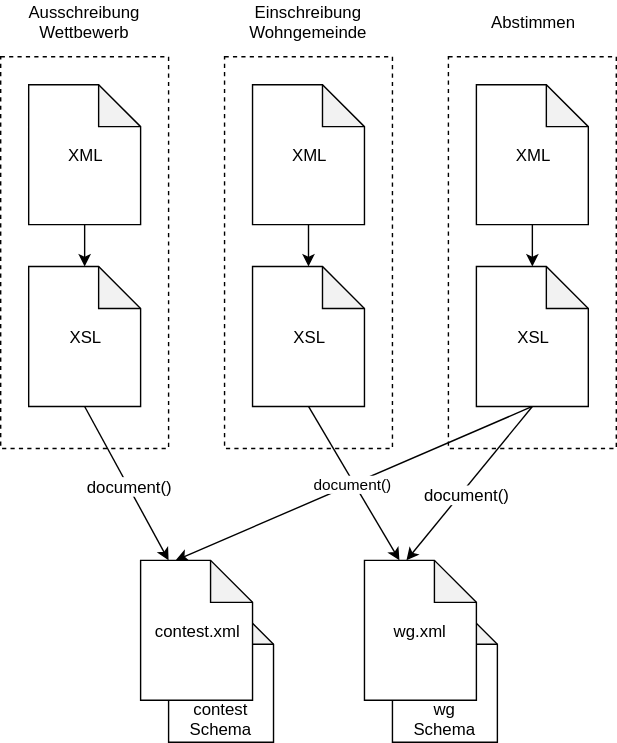
Before: xml/pitch/xml_architecture.svg, a diagram exported from draw.io (christopherchristensen/summaries). Source tidied: cells renumbered, new cells last; positions are measured from the earlier drawing's top-left corner, leaving out a move shared by most shapes.
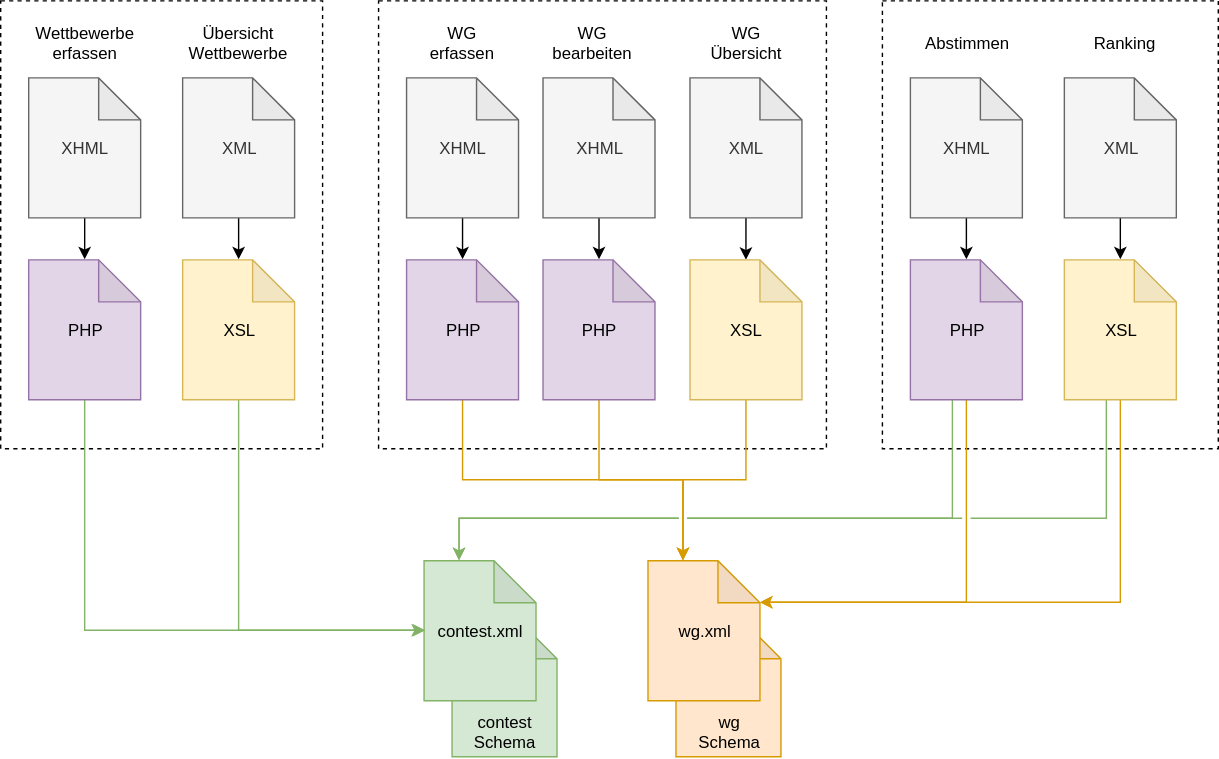
After the commit.

Commit message:
Update xml architecture

Change to the diagram source:
```diff
@@ -2,84 +2,158 @@
   <root>
     <mxCell id="0" />
     <mxCell id="1" parent="0" />
-    <mxCell id="2" value="wg &lt;br&gt;Schema" style="shape=note;whiteSpace=wrap;html=1;backgroundOutline=1;darkOpacity=0.05;verticalAlign=bottom;" parent="1" vertex="1">
-      <mxGeometry x="280" y="430" width="75" height="100" as="geometry" />
+    <mxCell id="2" value="wg &lt;br&gt;Schema" style="shape=note;whiteSpace=wrap;html=1;backgroundOutline=1;darkOpacity=0.05;verticalAlign=bottom;fillColor=#ffe6cc;strokeColor=#d79b00;" parent="1" vertex="1">
+      <mxGeometry x="372.5" y="440" width="75" height="100" as="geometry" />
     </mxCell>
-    <mxCell id="3" value="contest Schema" style="shape=note;whiteSpace=wrap;html=1;backgroundOutline=1;darkOpacity=0.05;verticalAlign=bottom;" parent="1" vertex="1">
-      <mxGeometry x="120" y="430" width="75" height="100" as="geometry" />
+    <mxCell id="3" value="contest Schema" style="shape=note;whiteSpace=wrap;html=1;backgroundOutline=1;darkOpacity=0.05;verticalAlign=bottom;fillColor=#d5e8d4;strokeColor=#82b366;" parent="1" vertex="1">
+      <mxGeometry x="212.5" y="440" width="75" height="100" as="geometry" />
     </mxCell>
     <mxCell id="4" style="rounded=0;whiteSpace=wrap;html=1;dashed=1;" parent="1" vertex="1">
-      <mxGeometry y="40" width="120" height="280" as="geometry" />
+      <mxGeometry x="-110" width="230" height="320" as="geometry" />
     </mxCell>
     <mxCell id="5" style="edgeStyle=none;rounded=0;html=1;exitX=0.5;exitY=1;exitDx=0;exitDy=0;exitPerimeter=0;entryX=0.5;entryY=0;entryDx=0;entryDy=0;entryPerimeter=0;jettySize=auto;strokeColor=#000000;" parent="1" edge="1" source="6" target="9">
       <mxGeometry relative="1" as="geometry" />
     </mxCell>
-    <mxCell id="6" value="XML" style="shape=note;whiteSpace=wrap;html=1;backgroundOutline=1;darkOpacity=0.05;" parent="1" vertex="1">
-      <mxGeometry x="20" y="60" width="80" height="100" as="geometry" />
+    <mxCell id="6" value="XML" style="shape=note;whiteSpace=wrap;html=1;backgroundOutline=1;darkOpacity=0.05;fillColor=#f5f5f5;strokeColor=#666666;fontColor=#333333;" parent="1" vertex="1">
+      <mxGeometry x="20" y="55" width="80" height="100" as="geometry" />
     </mxCell>
-    <mxCell id="7" style="edgeStyle=none;rounded=0;html=1;exitX=0.5;exitY=1;exitDx=0;exitDy=0;exitPerimeter=0;jettySize=auto;strokeColor=#000000;" parent="1" edge="1" source="9">
+    <mxCell id="7" style="edgeStyle=orthogonalEdgeStyle;rounded=0;html=1;exitX=0.5;exitY=1;exitDx=0;exitDy=0;exitPerimeter=0;jettySize=auto;strokeColor=#82b366;entryX=0;entryY=0.5;entryDx=0;entryDy=0;entryPerimeter=0;fillColor=#d5e8d4;" parent="1" edge="1" source="9" target="25">
       <mxGeometry relative="1" as="geometry">
-        <mxPoint x="120" y="400" as="targetPoint" />
+        <Array as="points">
+          <mxPoint x="60" y="450" />
+        </Array>
       </mxGeometry>
     </mxCell>
-    <mxCell id="8" value="document()" style="text;html=1;align=center;verticalAlign=middle;labelBackgroundColor=#ffffff;" parent="7" vertex="1">
-      <mxGeometry x="0.04" y="1" relative="1" as="geometry" />
-    </mxCell>
-    <mxCell id="9" value="XSL" style="shape=note;whiteSpace=wrap;html=1;backgroundOutline=1;darkOpacity=0.05;" parent="1" vertex="1">
-      <mxGeometry x="20" y="190" width="80" height="100" as="geometry" />
+    <mxCell id="9" value="XSL" style="shape=note;whiteSpace=wrap;html=1;backgroundOutline=1;darkOpacity=0.05;fillColor=#fff2cc;strokeColor=#d6b656;" parent="1" vertex="1">
+      <mxGeometry x="20" y="185" width="80" height="100" as="geometry" />
     </mxCell>
     <mxCell id="10" style="rounded=0;whiteSpace=wrap;html=1;dashed=1;" parent="1" vertex="1">
-      <mxGeometry x="160" y="40" width="120" height="280" as="geometry" />
+      <mxGeometry x="160" width="320" height="320" as="geometry" />
     </mxCell>
     <mxCell id="11" style="edgeStyle=none;rounded=0;html=1;exitX=0.5;exitY=1;exitDx=0;exitDy=0;exitPerimeter=0;entryX=0.5;entryY=0;entryDx=0;entryDy=0;entryPerimeter=0;jettySize=auto;strokeColor=#000000;" parent="1" edge="1" source="12" target="14">
       <mxGeometry relative="1" as="geometry" />
     </mxCell>
-    <mxCell id="12" value="XML" style="shape=note;whiteSpace=wrap;html=1;backgroundOutline=1;darkOpacity=0.05;" parent="1" vertex="1">
-      <mxGeometry x="180" y="60" width="80" height="100" as="geometry" />
+    <mxCell id="12" value="XHML" style="shape=note;whiteSpace=wrap;html=1;backgroundOutline=1;darkOpacity=0.05;fillColor=#f5f5f5;strokeColor=#666666;fontColor=#333333;" parent="1" vertex="1">
+      <mxGeometry x="180" y="55" width="80" height="100" as="geometry" />
     </mxCell>
-    <mxCell id="13" style="edgeStyle=none;rounded=0;html=1;exitX=0.5;exitY=1;exitDx=0;exitDy=0;exitPerimeter=0;entryX=0;entryY=0;entryDx=25;entryDy=0;entryPerimeter=0;jettySize=auto;strokeColor=#000000;" parent="1" edge="1" source="14" target="26">
+    <mxCell id="13" style="edgeStyle=orthogonalEdgeStyle;rounded=0;html=1;exitX=0.5;exitY=1;exitDx=0;exitDy=0;exitPerimeter=0;entryX=0;entryY=0;entryDx=25;entryDy=0;entryPerimeter=0;jettySize=auto;strokeColor=#d79b00;fillColor=#ffe6cc;" parent="1" edge="1" source="14" target="26">
       <mxGeometry relative="1" as="geometry" />
     </mxCell>
-    <mxCell id="14" value="XSL" style="shape=note;whiteSpace=wrap;html=1;backgroundOutline=1;darkOpacity=0.05;" parent="1" vertex="1">
-      <mxGeometry x="180" y="190" width="80" height="100" as="geometry" />
+    <mxCell id="14" value="PHP" style="shape=note;whiteSpace=wrap;html=1;backgroundOutline=1;darkOpacity=0.05;fillColor=#e1d5e7;strokeColor=#9673a6;" parent="1" vertex="1">
+      <mxGeometry x="180" y="185" width="80" height="100" as="geometry" />
     </mxCell>
     <mxCell id="15" style="rounded=0;whiteSpace=wrap;html=1;dashed=1;" parent="1" vertex="1">
-      <mxGeometry x="320" y="40" width="120" height="280" as="geometry" />
+      <mxGeometry x="520" width="240" height="320" as="geometry" />
     </mxCell>
     <mxCell id="16" style="edgeStyle=none;rounded=0;html=1;exitX=0.5;exitY=1;exitDx=0;exitDy=0;exitPerimeter=0;entryX=0.5;entryY=0;entryDx=0;entryDy=0;entryPerimeter=0;jettySize=auto;strokeColor=#000000;" parent="1" edge="1" source="17" target="21">
       <mxGeometry relative="1" as="geometry" />
     </mxCell>
-    <mxCell id="17" value="XML" style="shape=note;whiteSpace=wrap;html=1;backgroundOutline=1;darkOpacity=0.05;" parent="1" vertex="1">
-      <mxGeometry x="340" y="60" width="80" height="100" as="geometry" />
+    <mxCell id="17" value="XHML" style="shape=note;whiteSpace=wrap;html=1;backgroundOutline=1;darkOpacity=0.05;fillColor=#f5f5f5;strokeColor=#666666;fontColor=#333333;" parent="1" vertex="1">
+      <mxGeometry x="540" y="55" width="80" height="100" as="geometry" />
     </mxCell>
-    <mxCell id="18" style="edgeStyle=none;rounded=0;html=1;exitX=0.5;exitY=1;exitDx=0;exitDy=0;exitPerimeter=0;jettySize=auto;strokeColor=#000000;" parent="1" edge="1" source="21">
-      <mxGeometry relative="1" as="geometry">
-        <mxPoint x="290" y="400" as="targetPoint" />
-      </mxGeometry>
+    <mxCell id="18" style="edgeStyle=orthogonalEdgeStyle;rounded=0;html=1;exitX=0.5;exitY=1;exitDx=0;exitDy=0;exitPerimeter=0;jettySize=auto;strokeColor=#d79b00;entryX=0;entryY=0;entryDx=80;entryDy=30;entryPerimeter=0;fillColor=#ffe6cc;" parent="1" edge="1" source="21" target="26">
+      <mxGeometry relative="1" as="geometry" />
     </mxCell>
-    <mxCell id="19" value="document()" style="text;html=1;align=center;verticalAlign=middle;labelBackgroundColor=#ffffff;" parent="18" vertex="1">
-      <mxGeometry x="0.09" y="3" relative="1" as="geometry" />
-    </mxCell>
-    <mxCell id="20" value="document()" style="edgeStyle=none;rounded=0;html=1;exitX=0.5;exitY=1;exitDx=0;exitDy=0;exitPerimeter=0;entryX=0;entryY=0;entryDx=25;entryDy=0;entryPerimeter=0;jettySize=auto;strokeColor=#000000;" parent="1" edge="1" source="21" target="25">
-      <mxGeometry relative="1" as="geometry" />
+    <mxCell id="20" style="edgeStyle=orthogonalEdgeStyle;rounded=0;html=1;exitX=0.5;exitY=1;exitDx=0;exitDy=0;exitPerimeter=0;entryX=0;entryY=0;entryDx=25;entryDy=0;entryPerimeter=0;jettySize=auto;strokeColor=#82b366;jumpStyle=gap;fillColor=#d5e8d4;" parent="1" edge="1" source="21" target="25">
+      <mxGeometry relative="1" as="geometry">
+        <Array as="points">
+          <mxPoint x="570" y="285" />
+          <mxPoint x="570" y="370" />
+          <mxPoint x="218" y="370" />
+        </Array>
+      </mxGeometry>
     </mxCell>
-    <mxCell id="21" value="XSL" style="shape=note;whiteSpace=wrap;html=1;backgroundOutline=1;darkOpacity=0.05;" parent="1" vertex="1">
-      <mxGeometry x="340" y="190" width="80" height="100" as="geometry" />
+    <mxCell id="21" value="PHP" style="shape=note;whiteSpace=wrap;html=1;backgroundOutline=1;darkOpacity=0.05;fillColor=#e1d5e7;strokeColor=#9673a6;" parent="1" vertex="1">
+      <mxGeometry x="540" y="185" width="80" height="100" as="geometry" />
     </mxCell>
-    <mxCell id="22" value="Ausschreibung Wettbewerb" style="text;html=1;strokeColor=none;fillColor=none;align=center;verticalAlign=middle;whiteSpace=wrap;rounded=0;" parent="1" vertex="1">
-      <mxGeometry width="120" height="30" as="geometry" />
+    <mxCell id="22" value="Übersicht Wettbewerbe" style="text;html=1;strokeColor=none;fillColor=none;align=center;verticalAlign=middle;whiteSpace=wrap;rounded=0;" parent="1" vertex="1">
+      <mxGeometry x="20" y="15" width="80" height="30" as="geometry" />
     </mxCell>
-    <mxCell id="23" value="Einschreibung Wohngemeinde" style="text;html=1;strokeColor=none;fillColor=none;align=center;verticalAlign=middle;whiteSpace=wrap;rounded=0;" parent="1" vertex="1">
-      <mxGeometry x="160" width="120" height="30" as="geometry" />
+    <mxCell id="23" value="WG erfassen" style="text;html=1;strokeColor=none;fillColor=none;align=center;verticalAlign=middle;whiteSpace=wrap;rounded=0;" parent="1" vertex="1">
+      <mxGeometry x="185" y="15" width="70" height="30" as="geometry" />
     </mxCell>
     <mxCell id="24" value="Abstimmen&lt;br&gt;" style="text;html=1;strokeColor=none;fillColor=none;align=center;verticalAlign=middle;whiteSpace=wrap;rounded=0;" parent="1" vertex="1">
-      <mxGeometry x="320" width="120" height="30" as="geometry" />
+      <mxGeometry x="542.5" y="15" width="75" height="30" as="geometry" />
     </mxCell>
-    <mxCell id="25" value="contest.xml" style="shape=note;whiteSpace=wrap;html=1;backgroundOutline=1;darkOpacity=0.05;" parent="1" vertex="1">
-      <mxGeometry x="100" y="400" width="80" height="100" as="geometry" />
+    <mxCell id="25" value="contest.xml" style="shape=note;whiteSpace=wrap;html=1;backgroundOutline=1;darkOpacity=0.05;fillColor=#d5e8d4;strokeColor=#82b366;" parent="1" vertex="1">
+      <mxGeometry x="192.5" y="400" width="80" height="100" as="geometry" />
     </mxCell>
-    <mxCell id="26" value="wg.xml" style="shape=note;whiteSpace=wrap;html=1;backgroundOutline=1;darkOpacity=0.05;" parent="1" vertex="1">
-      <mxGeometry x="260" y="400" width="80" height="100" as="geometry" />
+    <mxCell id="26" value="wg.xml" style="shape=note;whiteSpace=wrap;html=1;backgroundOutline=1;darkOpacity=0.05;fillColor=#ffe6cc;strokeColor=#d79b00;" parent="1" vertex="1">
+      <mxGeometry x="352.5" y="400" width="80" height="100" as="geometry" />
     </mxCell>
+    <mxCell id="27" style="edgeStyle=orthogonalEdgeStyle;rounded=0;html=1;exitX=0.5;exitY=1;exitDx=0;exitDy=0;exitPerimeter=0;entryX=0.5;entryY=0;entryDx=0;entryDy=0;entryPerimeter=0;jettySize=auto;" parent="1" edge="1" source="28" target="30">
+      <mxGeometry relative="1" as="geometry" />
+    </mxCell>
+    <mxCell id="28" value="XHML" style="shape=note;whiteSpace=wrap;html=1;backgroundOutline=1;darkOpacity=0.05;fillColor=#f5f5f5;strokeColor=#666666;fontColor=#333333;" parent="1" vertex="1">
+      <mxGeometry x="-90" y="55" width="80" height="100" as="geometry" />
+    </mxCell>
+    <mxCell id="29" style="rounded=0;html=1;exitX=0.5;exitY=1;exitDx=0;exitDy=0;exitPerimeter=0;jettySize=auto;edgeStyle=orthogonalEdgeStyle;fillColor=#d5e8d4;strokeColor=#82b366;" parent="1" edge="1" source="30">
+      <mxGeometry relative="1" as="geometry">
+        <mxPoint x="193" y="450" as="targetPoint" />
+        <Array as="points">
+          <mxPoint x="-50" y="450" />
+        </Array>
+      </mxGeometry>
+    </mxCell>
+    <mxCell id="30" value="PHP" style="shape=note;whiteSpace=wrap;html=1;backgroundOutline=1;darkOpacity=0.05;fillColor=#e1d5e7;strokeColor=#9673a6;" parent="1" vertex="1">
+      <mxGeometry x="-90" y="185" width="80" height="100" as="geometry" />
+    </mxCell>
+    <mxCell id="31" value="&lt;div&gt;Wettbewerbe&lt;/div&gt;&lt;div&gt;erfassen&lt;br&gt;&lt;/div&gt;" style="text;html=1;strokeColor=none;fillColor=none;align=center;verticalAlign=middle;whiteSpace=wrap;rounded=0;" parent="1" vertex="1">
+      <mxGeometry x="-90" y="15" width="80" height="30" as="geometry" />
+    </mxCell>
+    <mxCell id="32" style="edgeStyle=none;rounded=0;html=1;exitX=0.5;exitY=1;exitDx=0;exitDy=0;exitPerimeter=0;entryX=0.5;entryY=0;entryDx=0;entryDy=0;entryPerimeter=0;jettySize=auto;" parent="1" edge="1" source="33" target="35">
+      <mxGeometry relative="1" as="geometry" />
+    </mxCell>
+    <mxCell id="33" value="XHML" style="shape=note;whiteSpace=wrap;html=1;backgroundOutline=1;darkOpacity=0.05;fillColor=#f5f5f5;strokeColor=#666666;fontColor=#333333;" parent="1" vertex="1">
+      <mxGeometry x="277.5" y="55" width="80" height="100" as="geometry" />
+    </mxCell>
+    <mxCell id="34" style="edgeStyle=orthogonalEdgeStyle;rounded=0;html=1;exitX=0.5;exitY=1;exitDx=0;exitDy=0;exitPerimeter=0;entryX=0;entryY=0;entryDx=25;entryDy=0;entryPerimeter=0;jettySize=auto;fillColor=#ffe6cc;strokeColor=#d79b00;" parent="1" edge="1" source="35" target="26">
+      <mxGeometry relative="1" as="geometry" />
+    </mxCell>
+    <mxCell id="35" value="PHP" style="shape=note;whiteSpace=wrap;html=1;backgroundOutline=1;darkOpacity=0.05;fillColor=#e1d5e7;strokeColor=#9673a6;" parent="1" vertex="1">
+      <mxGeometry x="277.5" y="185" width="80" height="100" as="geometry" />
+    </mxCell>
+    <mxCell id="36" style="edgeStyle=none;rounded=0;html=1;exitX=0.5;exitY=1;exitDx=0;exitDy=0;exitPerimeter=0;jettySize=auto;" parent="1" edge="1" source="37" target="39">
+      <mxGeometry relative="1" as="geometry" />
+    </mxCell>
+    <mxCell id="37" value="XML" style="shape=note;whiteSpace=wrap;html=1;backgroundOutline=1;darkOpacity=0.05;fillColor=#f5f5f5;strokeColor=#666666;fontColor=#333333;" parent="1" vertex="1">
+      <mxGeometry x="382.5" y="55" width="80" height="100" as="geometry" />
+    </mxCell>
+    <mxCell id="38" style="edgeStyle=orthogonalEdgeStyle;rounded=0;html=1;exitX=0.5;exitY=1;exitDx=0;exitDy=0;exitPerimeter=0;entryX=0;entryY=0;entryDx=25;entryDy=0;entryPerimeter=0;jettySize=auto;fillColor=#ffe6cc;strokeColor=#d79b00;" parent="1" edge="1" source="39" target="26">
+      <mxGeometry relative="1" as="geometry" />
+    </mxCell>
+    <mxCell id="39" value="XSL" style="shape=note;whiteSpace=wrap;html=1;backgroundOutline=1;darkOpacity=0.05;fillColor=#fff2cc;strokeColor=#d6b656;" parent="1" vertex="1">
+      <mxGeometry x="382.5" y="185" width="80" height="100" as="geometry" />
+    </mxCell>
+    <mxCell id="40" value="WG bearbeiten" style="text;html=1;strokeColor=none;fillColor=none;align=center;verticalAlign=middle;whiteSpace=wrap;rounded=0;" parent="1" vertex="1">
+      <mxGeometry x="277.5" y="15" width="70" height="30" as="geometry" />
+    </mxCell>
+    <mxCell id="41" value="WG Übersicht" style="text;html=1;strokeColor=none;fillColor=none;align=center;verticalAlign=middle;whiteSpace=wrap;rounded=0;" parent="1" vertex="1">
+      <mxGeometry x="387.5" y="15" width="70" height="30" as="geometry" />
+    </mxCell>
+    <mxCell id="42" style="edgeStyle=none;rounded=0;html=1;exitX=0.5;exitY=1;exitDx=0;exitDy=0;exitPerimeter=0;entryX=0.5;entryY=0;entryDx=0;entryDy=0;entryPerimeter=0;jettySize=auto;" parent="1" edge="1" source="43" target="46">
+      <mxGeometry relative="1" as="geometry" />
+    </mxCell>
+    <mxCell id="43" value="XML" style="shape=note;whiteSpace=wrap;html=1;backgroundOutline=1;darkOpacity=0.05;fillColor=#f5f5f5;strokeColor=#666666;fontColor=#333333;" parent="1" vertex="1">
+      <mxGeometry x="650" y="55" width="80" height="100" as="geometry" />
+    </mxCell>
+    <mxCell id="44" style="edgeStyle=orthogonalEdgeStyle;rounded=0;html=1;exitX=0.5;exitY=1;exitDx=0;exitDy=0;exitPerimeter=0;jettySize=auto;entryX=0;entryY=0;entryDx=25;entryDy=0;entryPerimeter=0;fillColor=#d5e8d4;strokeColor=#82b366;jumpStyle=gap;" parent="1" edge="1" source="46" target="25">
+      <mxGeometry relative="1" as="geometry">
+        <Array as="points">
+          <mxPoint x="680" y="285" />
+          <mxPoint x="680" y="370" />
+          <mxPoint x="218" y="370" />
+        </Array>
+      </mxGeometry>
+    </mxCell>
+    <mxCell id="45" style="edgeStyle=orthogonalEdgeStyle;rounded=0;html=1;exitX=0.5;exitY=1;exitDx=0;exitDy=0;exitPerimeter=0;entryX=0;entryY=0;entryDx=80;entryDy=30;entryPerimeter=0;jettySize=auto;fillColor=#ffe6cc;strokeColor=#d79b00;" parent="1" edge="1" source="46" target="26">
+      <mxGeometry relative="1" as="geometry" />
+    </mxCell>
+    <mxCell id="46" value="XSL" style="shape=note;whiteSpace=wrap;html=1;backgroundOutline=1;darkOpacity=0.05;fillColor=#fff2cc;strokeColor=#d6b656;" parent="1" vertex="1">
+      <mxGeometry x="650" y="185" width="80" height="100" as="geometry" />
+    </mxCell>
+    <mxCell id="47" value="Ranking" style="text;html=1;strokeColor=none;fillColor=none;align=center;verticalAlign=middle;whiteSpace=wrap;rounded=0;" parent="1" vertex="1">
+      <mxGeometry x="655" y="15" width="75" height="30" as="geometry" />
+    </mxCell>
   </root>
 </mxGraphModel>
```
